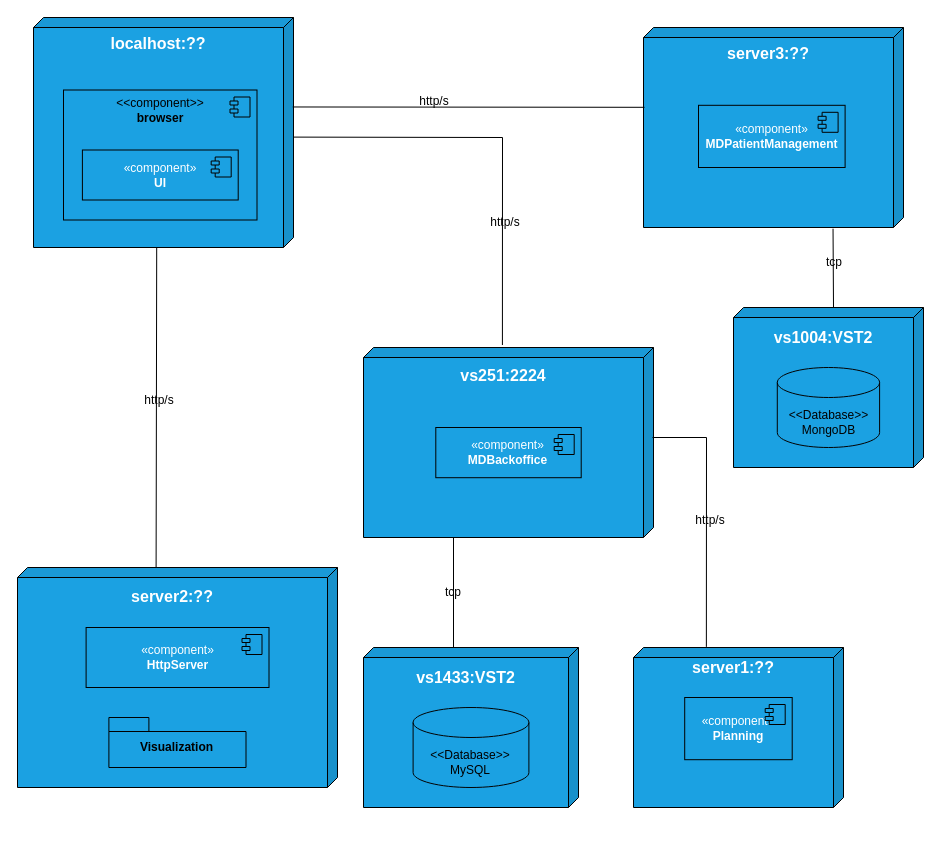
The draw.io diagram docs/sprint-3/team-decisions/views/physical-view/physical-vl2.drawio in rita-barbosa/LAPR5-2425, before the edit. Source tidied: cells renumbered, new cells numbered last; positions are measured from the earlier drawing's top-left corner, leaving out a move shared by most shapes. Both pictures are drawn from the tidied source at 100%, with x=0, y=0 at pixel (17, 17).
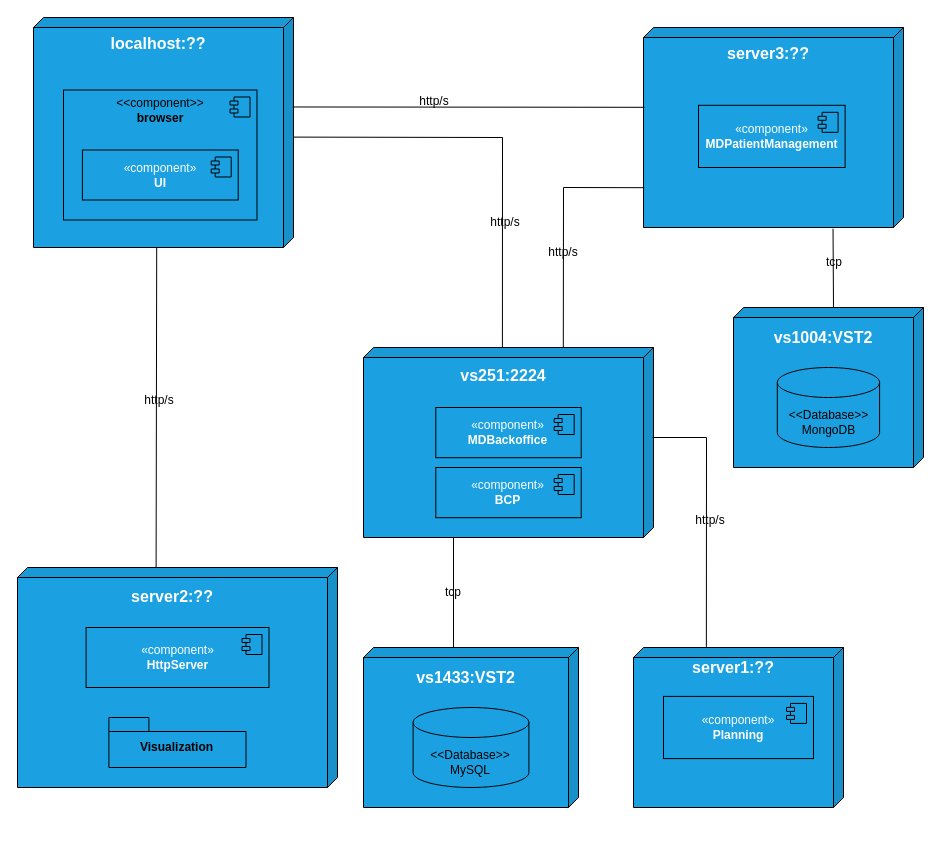
The same diagram, later.

The change refers to these unchanged cells:
```xml
<mxCell id="4" value="&lt;b&gt;&lt;font style=&quot;font-size: 16px;&quot;&gt;localhost:??&lt;/font&gt;&lt;/b&gt;&lt;div&gt;&lt;b&gt;&lt;br&gt;&lt;/b&gt;&lt;/div&gt;&lt;div&gt;&lt;br&gt;&lt;/div&gt;&lt;div&gt;&lt;b&gt;&lt;br&gt;&lt;/b&gt;&lt;/div&gt;&lt;div&gt;&lt;b&gt;&lt;br&gt;&lt;/b&gt;&lt;/div&gt;&lt;div&gt;&lt;b&gt;&lt;br&gt;&lt;/b&gt;&lt;/div&gt;&lt;div&gt;&lt;b&gt;&lt;br&gt;&lt;/b&gt;&lt;/div&gt;&lt;div&gt;&lt;b&gt;&lt;br&gt;&lt;/b&gt;&lt;/div&gt;&lt;div style=&quot;&quot;&gt;&lt;b&gt;&lt;br&gt;&lt;/b&gt;&lt;/div&gt;&lt;div style=&quot;&quot;&gt;&lt;b&gt;&lt;br&gt;&lt;/b&gt;&lt;/div&gt;&lt;div style=&quot;&quot;&gt;&lt;b&gt;&lt;br&gt;&lt;/b&gt;&lt;/div&gt;&lt;div style=&quot;&quot;&gt;&lt;b&gt;&lt;br&gt;&lt;/b&gt;&lt;/div&gt;&lt;div style=&quot;&quot;&gt;&lt;b&gt;&lt;br&gt;&lt;/b&gt;&lt;/div&gt;&lt;div style=&quot;&quot;&gt;&lt;br&gt;&lt;/div&gt;" style="shape=cube;whiteSpace=wrap;html=1;boundedLbl=1;backgroundOutline=1;darkOpacity=0.05;darkOpacity2=0.1;size=10;rotation=0;shadow=0;flipV=0;flipH=1;fillColor=#1ba1e2;fontColor=#ffffff;strokeColor=#000000;" parent="3" vertex="1">
  <mxGeometry width="260" height="230" as="geometry" />
</mxCell>
<mxCell id="10" style="group;" parent="1" vertex="1">
  <mxGeometry x="346" y="330" width="290" height="190" as="geometry" />
</mxCell>
<mxCell id="11" value="&lt;b&gt;&lt;font style=&quot;font-size: 16px;&quot;&gt;vs251&lt;/font&gt;&lt;/b&gt;&lt;b style=&quot;background-color: initial;&quot;&gt;&lt;font style=&quot;font-size: 16px;&quot;&gt;:2224&lt;/font&gt;&lt;/b&gt;&lt;div&gt;&lt;div&gt;&lt;b&gt;&lt;br&gt;&lt;/b&gt;&lt;/div&gt;&lt;div&gt;&lt;b&gt;&lt;br&gt;&lt;/b&gt;&lt;/div&gt;&lt;div&gt;&lt;b&gt;&lt;br&gt;&lt;/b&gt;&lt;/div&gt;&lt;div&gt;&lt;b&gt;&lt;br&gt;&lt;/b&gt;&lt;/div&gt;&lt;div&gt;&lt;b&gt;&lt;br&gt;&lt;/b&gt;&lt;/div&gt;&lt;div&gt;&lt;br&gt;&lt;/div&gt;&lt;div style=&quot;&quot;&gt;&lt;b&gt;&lt;br&gt;&lt;/b&gt;&lt;/div&gt;&lt;div style=&quot;&quot;&gt;&lt;b&gt;&lt;br&gt;&lt;/b&gt;&lt;/div&gt;&lt;div style=&quot;&quot;&gt;&lt;b&gt;&lt;br&gt;&lt;/b&gt;&lt;/div&gt;&lt;div style=&quot;&quot;&gt;&lt;b&gt;&lt;br&gt;&lt;/b&gt;&lt;/div&gt;&lt;/div&gt;" style="shape=cube;whiteSpace=wrap;html=1;boundedLbl=1;backgroundOutline=1;darkOpacity=0.05;darkOpacity2=0.1;size=10;rotation=0;shadow=0;flipV=0;flipH=1;fillColor=#1ba1e2;fontColor=#ffffff;strokeColor=#000000;" parent="10" vertex="1">
  <mxGeometry width="290" height="190" as="geometry" />
</mxCell>
<mxCell id="24" value="&lt;b&gt;&lt;font style=&quot;font-size: 16px;&quot;&gt;server3&lt;/font&gt;&lt;/b&gt;&lt;b style=&quot;background-color: initial;&quot;&gt;&lt;font style=&quot;font-size: 16px;&quot;&gt;:??&lt;/font&gt;&lt;/b&gt;&lt;div&gt;&lt;div&gt;&lt;b&gt;&lt;br&gt;&lt;/b&gt;&lt;/div&gt;&lt;div&gt;&lt;b&gt;&lt;br&gt;&lt;/b&gt;&lt;/div&gt;&lt;div&gt;&lt;b&gt;&lt;br&gt;&lt;/b&gt;&lt;/div&gt;&lt;div&gt;&lt;b&gt;&lt;br&gt;&lt;/b&gt;&lt;/div&gt;&lt;div&gt;&lt;b&gt;&lt;br&gt;&lt;/b&gt;&lt;/div&gt;&lt;div&gt;&lt;b&gt;&lt;br&gt;&lt;/b&gt;&lt;/div&gt;&lt;div&gt;&lt;b&gt;&lt;br&gt;&lt;/b&gt;&lt;/div&gt;&lt;div&gt;&lt;b&gt;&lt;br&gt;&lt;/b&gt;&lt;/div&gt;&lt;div style=&quot;&quot;&gt;&lt;br&gt;&lt;/div&gt;&lt;div style=&quot;&quot;&gt;&lt;b&gt;&lt;br&gt;&lt;/b&gt;&lt;/div&gt;&lt;div style=&quot;&quot;&gt;&lt;b&gt;&lt;br&gt;&lt;/b&gt;&lt;/div&gt;&lt;/div&gt;" style="shape=cube;whiteSpace=wrap;html=1;boundedLbl=1;backgroundOutline=1;darkOpacity=0.05;darkOpacity2=0.1;size=10;rotation=0;shadow=0;flipV=0;flipH=1;fillColor=#1ba1e2;fontColor=#ffffff;strokeColor=#000000;" parent="23" vertex="1">
  <mxGeometry width="260" height="200" as="geometry" />
</mxCell>
<mxCell id="35" style="group;" parent="1" vertex="1">
  <mxGeometry x="616" y="630" width="210" height="200" as="geometry" />
</mxCell>
```

Diff of the diagram source:
```diff
@@
-    <mxCell id="2" style="endArrow=none;startArrow=none;endFill=0;startFill=0;endSize=8;html=1;verticalAlign=bottom;labelBackgroundColor=none;strokeWidth=1;rounded=0;entryX=0.521;entryY=-0.013;entryDx=0;entryDy=0;entryPerimeter=0;exitX=0.006;exitY=0.52;exitDx=0;exitDy=0;exitPerimeter=0;" parent="1" edge="1" source="4" target="11">
+    <mxCell id="2" style="endArrow=none;startArrow=none;endFill=0;startFill=0;endSize=8;html=1;verticalAlign=bottom;labelBackgroundColor=none;strokeWidth=1;rounded=0;entryX=0.521;entryY=0.009;entryDx=0;entryDy=0;entryPerimeter=0;exitX=0.006;exitY=0.52;exitDx=0;exitDy=0;exitPerimeter=0;" parent="1" edge="1" source="4" target="11">
       <mxGeometry relative="1" as="geometry">
         <Array as="points">
           <mxPoint x="485" y="120" />
         </Array>
       </mxGeometry>
     </mxCell>
@@
     <mxCell id="12" value="«component»&lt;br&gt;&lt;b&gt;MDBackoffice&lt;/b&gt;" style="html=1;whiteSpace=wrap;fillColor=#1ba1e2;fontColor=#ffffff;strokeColor=#000000;" parent="10" vertex="1">
-      <mxGeometry x="72.3" y="80" width="145.4" height="50.2" as="geometry" />
+      <mxGeometry x="72.3" y="60" width="145.4" height="50.2" as="geometry" />
     </mxCell>
@@
+    <mxCell id="47" value="«component»&lt;br&gt;&lt;b&gt;BCP&lt;/b&gt;" style="html=1;whiteSpace=wrap;fillColor=#1ba1e2;fontColor=#ffffff;strokeColor=#000000;" parent="10" vertex="1">
+      <mxGeometry x="72.3" y="120" width="145.4" height="50.2" as="geometry" />
+    </mxCell>
+    <mxCell id="48" style="shape=module;jettyWidth=8;jettyHeight=4;fillColor=#1ba1e2;fontColor=#ffffff;strokeColor=#000000;" parent="47" vertex="1">
+      <mxGeometry x="1" width="20" height="20" relative="1" as="geometry">
+        <mxPoint x="-27" y="7" as="offset" />
+      </mxGeometry>
+    </mxCell>
@@
     <mxCell id="37" value="«component»&lt;br&gt;&lt;b&gt;Planning&lt;/b&gt;" style="html=1;whiteSpace=wrap;fillColor=#1ba1e2;fontColor=#ffffff;strokeColor=#000000;" parent="35" vertex="1">
-      <mxGeometry x="51.2" y="50" width="107.5" height="62.2" as="geometry" />
+      <mxGeometry x="30" y="48.9" width="150" height="62.2" as="geometry" />
     </mxCell>
@@
+    <mxCell id="49" style="endArrow=none;startArrow=none;endFill=0;startFill=0;endSize=8;html=1;verticalAlign=bottom;labelBackgroundColor=none;strokeWidth=1;rounded=0;entryX=0.311;entryY=-0.002;entryDx=0;entryDy=0;entryPerimeter=0;exitX=0.997;exitY=0.801;exitDx=0;exitDy=0;exitPerimeter=0;" parent="1" edge="1" source="24" target="11">
+      <mxGeometry relative="1" as="geometry">
+        <Array as="points">
+          <mxPoint x="546" y="170" />
+        </Array>
+      </mxGeometry>
+    </mxCell>
+    <mxCell id="50" value="&lt;div&gt;http/s&lt;/div&gt;" style="text;html=1;align=center;verticalAlign=middle;whiteSpace=wrap;rounded=0;fillColor=none;strokeColor=none;" parent="1" vertex="1">
+      <mxGeometry x="506" y="210" width="80" height="50" as="geometry" />
+    </mxCell>
```
